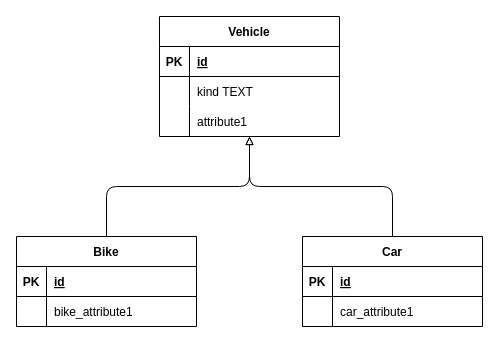
Above: page "Page-1" (1 of 3) of docs/schemas.drawio in ewanld/pg_formulas (draw.io), before the change. Source tidied: cells renumbered, new cells numbered last; positions are measured from the earlier drawing's top-left corner, leaving out a move shared by most shapes. Both pictures are drawn from the tidied source at 100%, with x=0, y=0 at pixel (16, 16).
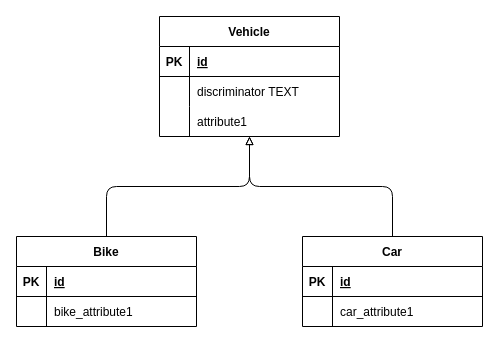
After the change.

The change refers to these unchanged cells:
```xml
<mxCell id="6" style="shape=partialRectangle;fillColor=none;top=0;left=0;bottom=0;right=0;" parent="2" vertex="1">
  <mxGeometry y="60" width="180" height="30" as="geometry" />
</mxCell>
```

What changed in the source:
```diff
@@
-    <mxCell id="8" value="kind TEXT" style="shape=partialRectangle;fillColor=none;top=0;left=0;bottom=0;right=0;align=left;spacingLeft=6;overflow=hidden;" parent="6" vertex="1">
+    <mxCell id="8" value="discriminator TEXT" style="shape=partialRectangle;fillColor=none;top=0;left=0;bottom=0;right=0;align=left;spacingLeft=6;overflow=hidden;" parent="6" vertex="1">
       <mxGeometry x="30" width="150" height="30" as="geometry" />
     </mxCell>
```
